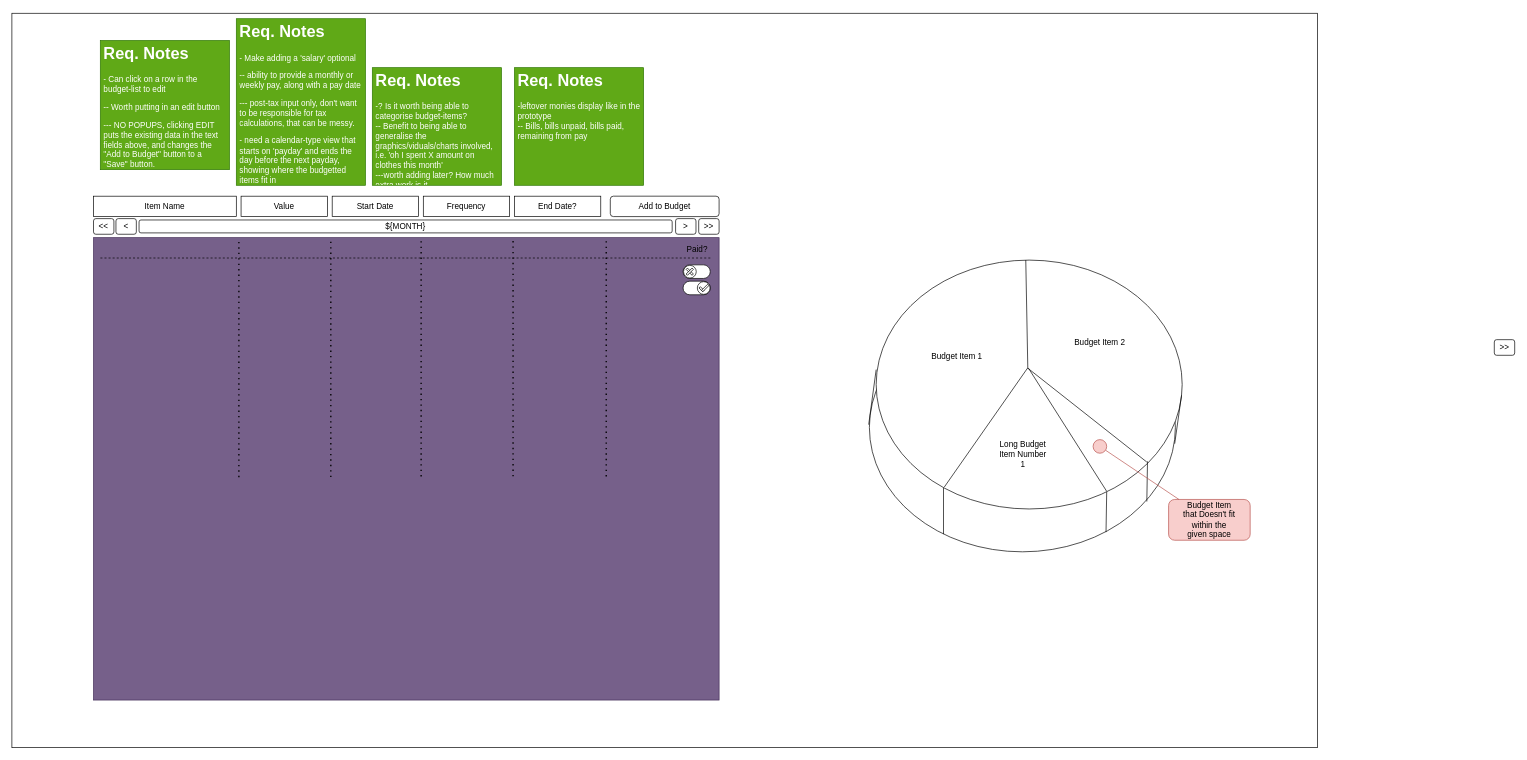
This is apps/docs/Budgetting Wireframe.drawio from lmeasures/Budgetting, a draw.io file, before an edit. Source tidied: cells renumbered, new cells numbered last; positions are measured from the earlier drawing's top-left corner, leaving out a move shared by most shapes. Both pictures are drawn from the tidied source at 68%, with x=0, y=0 at pixel (12, 13).
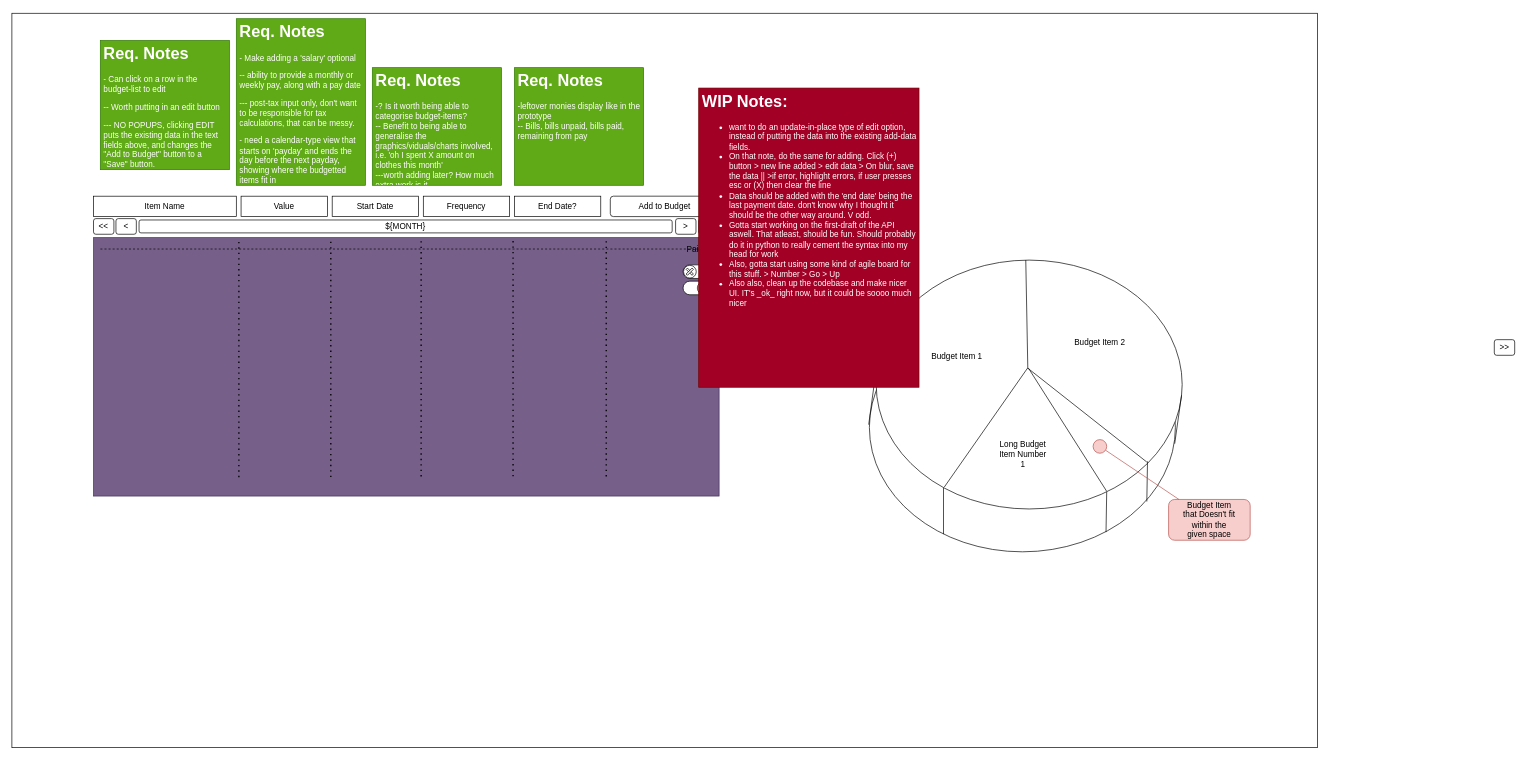
Above is the later version.

Commit message:
updated wireframe/planning doc

Change to the diagram source:
```diff
@@
     <mxCell id="3" style="rounded=0;whiteSpace=wrap;html=1;fillColor=#76608a;strokeColor=#432D57;fontColor=#ffffff;" parent="1" vertex="1">
-      <mxGeometry x="120" y="330" width="920" height="680" as="geometry" />
+      <mxGeometry x="120" y="330" width="920" height="380" as="geometry" />
     </mxCell>
@@
+    <mxCell id="58" value="&lt;h1&gt;WIP Notes:&lt;/h1&gt;&lt;div&gt;&lt;ul&gt;&lt;li&gt;want to do an update-in-place type of edit option, instead of putting the data into the existing add-data fields.&lt;/li&gt;&lt;li&gt;On that note, do the same for adding. Click (+) button &amp;gt; new line added &amp;gt; edit data &amp;gt; On blur, save the data || &amp;gt;if error, highlight errors, if user presses esc or (X) then clear the line&lt;/li&gt;&lt;li&gt;Data should be added with the 'end date' being the last payment date. don't know why I thought it should be the other way around. V odd.&lt;/li&gt;&lt;li&gt;Gotta start working on the first-draft of the API aswell. That atleast, should be fun. Should probably do it in python to really cement the syntax into my head for work&lt;/li&gt;&lt;li&gt;Also, gotta start using some kind of agile board for this stuff. &amp;gt; Number &amp;gt; Go &amp;gt; Up&lt;/li&gt;&lt;li&gt;Also also, clean up the codebase and make nicer UI. IT's _ok_ right now, but it could be soooo much nicer&lt;/li&gt;&lt;/ul&gt;&lt;/div&gt;" style="text;html=1;strokeColor=#6F0000;fillColor=#a20025;spacing=5;spacingTop=-20;whiteSpace=wrap;overflow=hidden;rounded=0;fontColor=#ffffff;" parent="1" vertex="1">
+      <mxGeometry x="1010" y="110" width="324" height="440" as="geometry" />
+    </mxCell>
```
